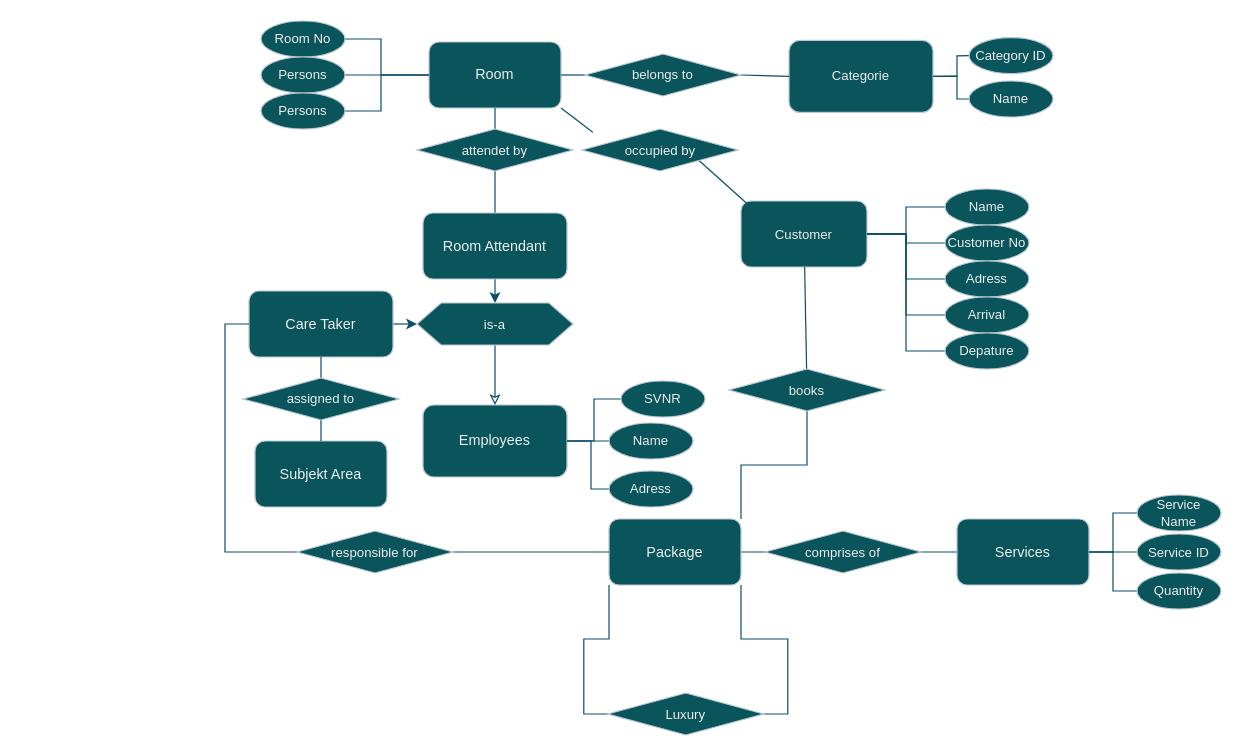
The draw.io diagram Hotel.drawio in IP2312/Database, before the edit. Source tidied: cells renumbered, new cells numbered last; positions are measured from the earlier drawing's top-left corner, leaving out a move shared by most shapes. Both pictures are drawn from the tidied source at 120%, with x=0, y=0 at pixel (242, 20).
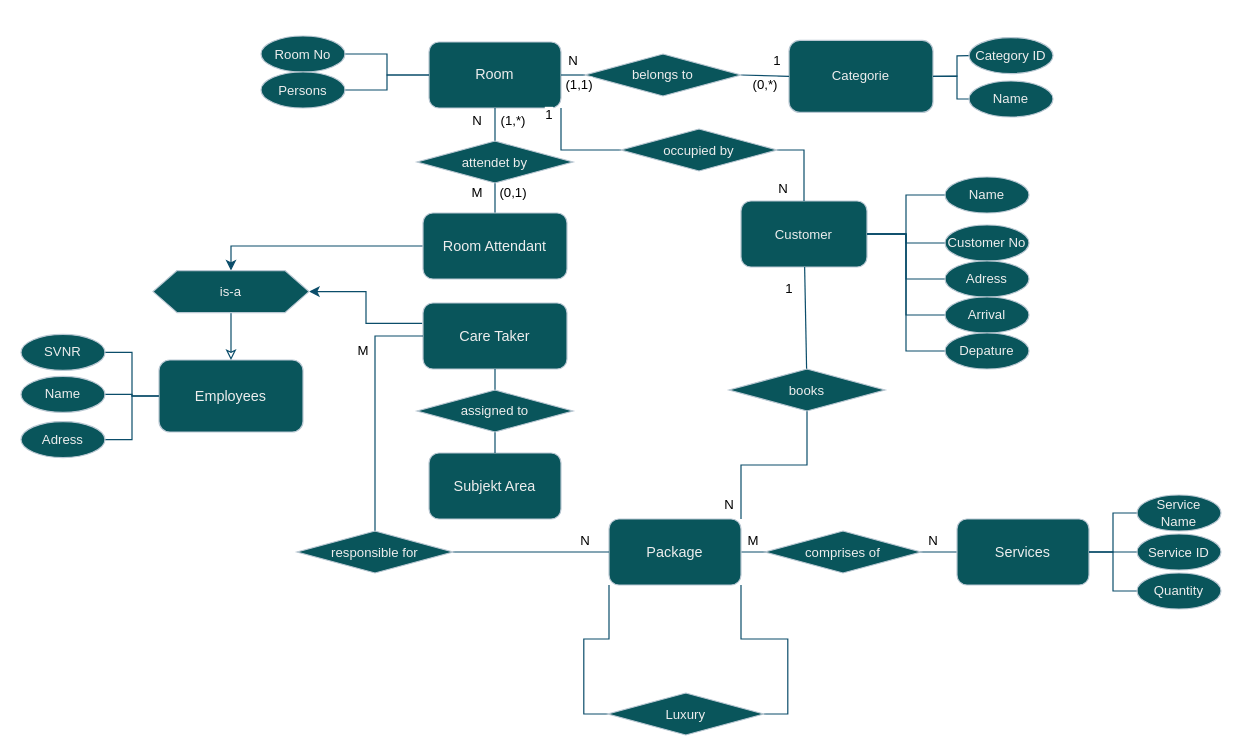
After the change.

Unchanged cells that the change refers to:
```xml
<mxCell id="4" value="Room" style="rounded=1;whiteSpace=wrap;html=1;fontSize=12;glass=0;strokeWidth=1;shadow=0;labelBackgroundColor=none;fillColor=#09555B;strokeColor=#BAC8D3;fontColor=#EEEEEE;" parent="1" vertex="1">
  <mxGeometry x="155" y="17.5" width="110" height="55" as="geometry" />
</mxCell>
<mxCell id="9" value="Customer" style="rounded=1;whiteSpace=wrap;html=1;fontFamily=Helvetica;fontSize=11;fontColor=#EEEEEE;labelBackgroundColor=none;fillColor=#09555B;strokeColor=#BAC8D3;" parent="1" vertex="1">
  <mxGeometry x="415" y="150" width="105" height="55" as="geometry" />
</mxCell>
<mxCell id="30" value="Room Attendant" style="rounded=1;whiteSpace=wrap;html=1;fontSize=12;glass=0;strokeWidth=1;shadow=0;labelBackgroundColor=none;fillColor=#09555B;strokeColor=#BAC8D3;fontColor=#EEEEEE;" parent="1" vertex="1">
  <mxGeometry x="150" y="160" width="120" height="55" as="geometry" />
</mxCell>
<mxCell id="62" value="responsible for" style="rhombus;whiteSpace=wrap;html=1;fontFamily=Helvetica;fontSize=11;fontColor=#EEEEEE;labelBackgroundColor=none;fillColor=#09555B;strokeColor=#BAC8D3;" parent="1" vertex="1">
  <mxGeometry x="45" y="425" width="130" height="35" as="geometry" />
</mxCell>
```

The edit, as a diff of the source:
```diff
@@
-    <mxCell id="2" style="edgeStyle=none;shape=connector;rounded=0;jettySize=auto;html=1;exitX=0;exitY=0.5;exitDx=0;exitDy=0;entryX=1;entryY=0.5;entryDx=0;entryDy=0;strokeColor=#0B4D6A;align=center;verticalAlign=middle;fontFamily=Helvetica;fontSize=11;fontColor=default;labelBackgroundColor=none;endArrow=none;" parent="1" edge="1" source="4" target="18">
-      <mxGeometry relative="1" as="geometry">
-        <Array as="points">
-          <mxPoint x="115" y="45" />
-          <mxPoint x="115" y="75" />
-        </Array>
-      </mxGeometry>
-    </mxCell>
@@
-    <mxCell id="5" style="edgeStyle=none;shape=connector;rounded=0;jettySize=auto;html=1;exitX=0.5;exitY=0;exitDx=0;exitDy=0;entryX=0.5;entryY=1;entryDx=0;entryDy=0;strokeColor=#0B4D6A;align=center;verticalAlign=middle;fontFamily=Helvetica;fontSize=11;fontColor=default;labelBackgroundColor=none;endArrow=none;endFill=1;startArrow=classic;startFill=1;" parent="1" edge="1" source="38" target="30">
-      <mxGeometry relative="1" as="geometry" />
-    </mxCell>
-    <mxCell id="6" style="edgeStyle=orthogonalEdgeStyle;shape=connector;rounded=0;jettySize=auto;html=1;strokeColor=#0B4D6A;align=center;verticalAlign=middle;fontFamily=Helvetica;fontSize=11;fontColor=default;labelBackgroundColor=default;startFill=0;endArrow=none;" parent="1" edge="1" source="7" target="51">
+    <mxCell id="6" style="edgeStyle=orthogonalEdgeStyle;shape=connector;rounded=0;jettySize=auto;html=1;strokeColor=#0B4D6A;align=center;verticalAlign=middle;fontFamily=Helvetica;fontSize=11;fontColor=default;labelBackgroundColor=default;startFill=0;endArrow=none;exitX=0;exitY=0.5;exitDx=0;exitDy=0;entryX=1;entryY=0.5;entryDx=0;entryDy=0;" parent="1" edge="1" source="7" target="51">
       <mxGeometry relative="1" as="geometry" />
     </mxCell>
     <mxCell id="7" value="Employees" style="rounded=1;whiteSpace=wrap;html=1;fontSize=12;glass=0;strokeWidth=1;shadow=0;labelBackgroundColor=none;fillColor=#09555B;strokeColor=#BAC8D3;fontColor=#EEEEEE;" parent="1" vertex="1">
-      <mxGeometry x="150" y="320" width="120" height="60" as="geometry" />
+      <mxGeometry x="-70" y="282.5" width="120" height="60" as="geometry" />
     </mxCell>
@@
-    <mxCell id="14" style="edgeStyle=none;shape=connector;rounded=0;jettySize=auto;html=1;exitX=1;exitY=0.5;exitDx=0;exitDy=0;entryX=0;entryY=0.5;entryDx=0;entryDy=0;strokeColor=#0B4D6A;align=center;verticalAlign=middle;fontFamily=Helvetica;fontSize=11;fontColor=default;labelBackgroundColor=none;endArrow=none;" parent="1" edge="1" source="15" target="4">
-      <mxGeometry relative="1" as="geometry">
-        <Array as="points">
-          <mxPoint x="115" y="15" />
-          <mxPoint x="115" y="45" />
-        </Array>
-      </mxGeometry>
+    <mxCell id="14" style="edgeStyle=orthogonalEdgeStyle;shape=connector;rounded=0;jettySize=auto;html=1;exitX=1;exitY=0.5;exitDx=0;exitDy=0;entryX=0;entryY=0.5;entryDx=0;entryDy=0;strokeColor=#0B4D6A;align=center;verticalAlign=middle;fontFamily=Helvetica;fontSize=11;fontColor=default;labelBackgroundColor=default;startFill=0;endArrow=none;" parent="1" edge="1" source="15" target="4">
+      <mxGeometry relative="1" as="geometry" />
     </mxCell>
     <mxCell id="15" value="Room No" style="ellipse;whiteSpace=wrap;html=1;fontFamily=Helvetica;fontSize=11;fontColor=#EEEEEE;labelBackgroundColor=none;fillColor=#09555B;strokeColor=#BAC8D3;" parent="1" vertex="1">
-      <mxGeometry x="15" width="70" height="30" as="geometry" />
+      <mxGeometry x="15" y="12.5" width="70" height="30" as="geometry" />
     </mxCell>
-    <mxCell id="16" style="edgeStyle=none;shape=connector;rounded=0;jettySize=auto;html=1;exitX=1;exitY=0.5;exitDx=0;exitDy=0;entryX=0;entryY=0.5;entryDx=0;entryDy=0;strokeColor=#0B4D6A;align=center;verticalAlign=middle;fontFamily=Helvetica;fontSize=11;fontColor=default;labelBackgroundColor=none;endArrow=none;" parent="1" edge="1" source="17" target="4">
+    <mxCell id="16" style="edgeStyle=orthogonalEdgeStyle;shape=connector;rounded=0;jettySize=auto;html=1;exitX=1;exitY=0.5;exitDx=0;exitDy=0;entryX=0;entryY=0.5;entryDx=0;entryDy=0;strokeColor=#0B4D6A;align=center;verticalAlign=middle;fontFamily=Helvetica;fontSize=11;fontColor=default;labelBackgroundColor=default;startFill=0;endArrow=none;" parent="1" edge="1" source="17" target="4">
       <mxGeometry relative="1" as="geometry" />
     </mxCell>
     <mxCell id="17" value="Persons" style="ellipse;whiteSpace=wrap;html=1;fontFamily=Helvetica;fontSize=11;fontColor=#EEEEEE;labelBackgroundColor=none;fillColor=#09555B;strokeColor=#BAC8D3;" parent="1" vertex="1">
-      <mxGeometry x="15" y="30" width="70" height="30" as="geometry" />
+      <mxGeometry x="15" y="42.5" width="70" height="30" as="geometry" />
     </mxCell>
-    <mxCell id="18" value="Persons" style="ellipse;whiteSpace=wrap;html=1;fontFamily=Helvetica;fontSize=11;fontColor=#EEEEEE;labelBackgroundColor=none;fillColor=#09555B;strokeColor=#BAC8D3;" parent="1" vertex="1">
-      <mxGeometry x="15" y="60" width="70" height="30" as="geometry" />
-    </mxCell>
@@
-    <mxCell id="27" style="edgeStyle=orthogonalEdgeStyle;shape=connector;rounded=0;jettySize=auto;html=1;strokeColor=#0B4D6A;align=center;verticalAlign=middle;fontFamily=Helvetica;fontSize=11;fontColor=default;labelBackgroundColor=default;startFill=0;endArrow=none;" parent="1" edge="1" source="28" target="7">
+    <mxCell id="27" style="edgeStyle=orthogonalEdgeStyle;shape=connector;rounded=0;jettySize=auto;html=1;strokeColor=#0B4D6A;align=center;verticalAlign=middle;fontFamily=Helvetica;fontSize=11;fontColor=default;labelBackgroundColor=default;startFill=0;endArrow=none;entryX=0;entryY=0.5;entryDx=0;entryDy=0;" parent="1" edge="1" source="28" target="7">
       <mxGeometry relative="1" as="geometry" />
     </mxCell>
     <mxCell id="28" value="SVNR" style="ellipse;whiteSpace=wrap;html=1;fontFamily=Helvetica;fontSize=11;fontColor=#EEEEEE;labelBackgroundColor=none;fillColor=#09555B;strokeColor=#BAC8D3;" parent="1" vertex="1">
-      <mxGeometry x="315" y="300" width="70" height="30" as="geometry" />
+      <mxGeometry x="-185" y="261.2" width="70" height="30" as="geometry" />
     </mxCell>
     <mxCell id="29" value="Subjekt Area" style="rounded=1;whiteSpace=wrap;html=1;fontSize=12;glass=0;strokeWidth=1;shadow=0;labelBackgroundColor=none;fillColor=#09555B;strokeColor=#BAC8D3;fontColor=#EEEEEE;" parent="1" vertex="1">
-      <mxGeometry x="10" y="350" width="110" height="55" as="geometry" />
+      <mxGeometry x="155" y="360" width="110" height="55" as="geometry" />
     </mxCell>
+    <mxCell id="70" style="edgeStyle=orthogonalEdgeStyle;shape=connector;rounded=0;jettySize=auto;html=1;exitX=0;exitY=0.5;exitDx=0;exitDy=0;entryX=0.5;entryY=0;entryDx=0;entryDy=0;strokeColor=#0B4D6A;align=center;verticalAlign=middle;fontFamily=Helvetica;fontSize=11;fontColor=default;labelBackgroundColor=default;startFill=0;endArrow=classic;endFill=1;" parent="1" edge="1" source="30" target="38">
+      <mxGeometry relative="1" as="geometry" />
+    </mxCell>
@@
-    <mxCell id="31" style="edgeStyle=none;shape=connector;rounded=0;jettySize=auto;html=1;strokeColor=#0B4D6A;align=center;verticalAlign=middle;fontFamily=Helvetica;fontSize=11;fontColor=default;labelBackgroundColor=none;endArrow=classic;entryX=0;entryY=0.5;entryDx=0;entryDy=0;endFill=1;" parent="1" edge="1" source="34" target="38">
-      <mxGeometry relative="1" as="geometry" />
-    </mxCell>
@@
+    <mxCell id="31" style="edgeStyle=orthogonalEdgeStyle;shape=connector;rounded=0;jettySize=auto;html=1;exitX=-0.005;exitY=0.309;exitDx=0;exitDy=0;entryX=1;entryY=0.5;entryDx=0;entryDy=0;strokeColor=#0B4D6A;align=center;verticalAlign=middle;fontFamily=Helvetica;fontSize=11;fontColor=default;labelBackgroundColor=default;startFill=0;endArrow=classic;exitPerimeter=0;endFill=1;" parent="1" edge="1" source="34" target="38">
+      <mxGeometry relative="1" as="geometry" />
+    </mxCell>
     <mxCell id="34" value="Care Taker" style="rounded=1;whiteSpace=wrap;html=1;fontSize=12;glass=0;strokeWidth=1;shadow=0;labelBackgroundColor=none;fillColor=#09555B;strokeColor=#BAC8D3;fontColor=#EEEEEE;" parent="1" vertex="1">
-      <mxGeometry x="5" y="225" width="120" height="55" as="geometry" />
+      <mxGeometry x="150" y="235" width="120" height="55" as="geometry" />
     </mxCell>
@@
     <mxCell id="36" value="attendet by" style="rhombus;whiteSpace=wrap;html=1;fontFamily=Helvetica;fontSize=11;fontColor=#EEEEEE;labelBackgroundColor=none;fillColor=#09555B;strokeColor=#BAC8D3;" parent="1" vertex="1">
-      <mxGeometry x="145" y="90" width="130" height="35" as="geometry" />
+      <mxGeometry x="145" y="100" width="130" height="35" as="geometry" />
     </mxCell>
@@
     <mxCell id="38" value="is-a" style="whiteSpace=wrap;html=1;fontFamily=Helvetica;fontSize=11;fontColor=#EEEEEE;labelBackgroundColor=none;fillColor=#09555B;strokeColor=#BAC8D3;shape=hexagon;perimeter=hexagonPerimeter2;fixedSize=1;" parent="1" vertex="1">
-      <mxGeometry x="145" y="235" width="130" height="35" as="geometry" />
+      <mxGeometry x="-75" y="208" width="130" height="35" as="geometry" />
     </mxCell>
@@
     <mxCell id="40" value="assigned to" style="rhombus;whiteSpace=wrap;html=1;fontFamily=Helvetica;fontSize=11;fontColor=#EEEEEE;labelBackgroundColor=none;fillColor=#09555B;strokeColor=#BAC8D3;" parent="1" vertex="1">
-      <mxGeometry y="297.5" width="130" height="35" as="geometry" />
+      <mxGeometry x="145" y="307.5" width="130" height="35" as="geometry" />
     </mxCell>
-    <mxCell id="41" style="edgeStyle=none;shape=connector;rounded=0;jettySize=auto;html=1;exitX=1;exitY=1;exitDx=0;exitDy=0;entryX=0.069;entryY=0.076;entryDx=0;entryDy=0;entryPerimeter=0;strokeColor=#0B4D6A;align=center;verticalAlign=middle;fontFamily=Helvetica;fontSize=11;fontColor=default;labelBackgroundColor=none;endArrow=none;" parent="1" edge="1" source="43" target="9">
+    <mxCell id="41" style="edgeStyle=orthogonalEdgeStyle;shape=connector;rounded=0;jettySize=auto;html=1;exitX=1;exitY=0.5;exitDx=0;exitDy=0;entryX=0.5;entryY=0;entryDx=0;entryDy=0;strokeColor=#0B4D6A;align=center;verticalAlign=middle;fontFamily=Helvetica;fontSize=11;fontColor=default;labelBackgroundColor=default;startFill=0;endArrow=none;" parent="1" edge="1" source="43" target="9">
       <mxGeometry relative="1" as="geometry" />
     </mxCell>
-    <mxCell id="42" style="edgeStyle=none;shape=connector;rounded=0;jettySize=auto;html=1;exitX=1;exitY=1;exitDx=0;exitDy=0;entryX=0.069;entryY=0.076;entryDx=0;entryDy=0;entryPerimeter=0;strokeColor=#0B4D6A;align=center;verticalAlign=middle;fontFamily=Helvetica;fontSize=11;fontColor=default;labelBackgroundColor=none;endArrow=none;" parent="1" edge="1" source="4" target="43">
-      <mxGeometry relative="1" as="geometry" />
-    </mxCell>
+    <mxCell id="71" style="edgeStyle=orthogonalEdgeStyle;shape=connector;rounded=0;jettySize=auto;html=1;exitX=0;exitY=0.5;exitDx=0;exitDy=0;entryX=1;entryY=1;entryDx=0;entryDy=0;strokeColor=#0B4D6A;align=center;verticalAlign=middle;fontFamily=Helvetica;fontSize=11;fontColor=default;labelBackgroundColor=default;startFill=0;endArrow=none;" parent="1" edge="1" source="43" target="4">
+      <mxGeometry relative="1" as="geometry" />
+    </mxCell>
     <mxCell id="43" value="occupied by" style="rhombus;whiteSpace=wrap;html=1;fontFamily=Helvetica;fontSize=11;fontColor=#EEEEEE;labelBackgroundColor=none;fillColor=#09555B;strokeColor=#BAC8D3;" parent="1" vertex="1">
-      <mxGeometry x="282.5" y="90" width="130" height="35" as="geometry" />
+      <mxGeometry x="315" y="90" width="130" height="35" as="geometry" />
     </mxCell>
@@
-    <mxCell id="49" style="edgeStyle=orthogonalEdgeStyle;shape=connector;rounded=0;jettySize=auto;html=1;exitX=0;exitY=0.5;exitDx=0;exitDy=0;entryX=1;entryY=0.5;entryDx=0;entryDy=0;strokeColor=#0B4D6A;align=center;verticalAlign=middle;fontFamily=Helvetica;fontSize=11;fontColor=default;labelBackgroundColor=default;startFill=0;endArrow=none;" parent="1" edge="1" source="50" target="7">
+    <mxCell id="49" style="edgeStyle=orthogonalEdgeStyle;shape=connector;rounded=0;jettySize=auto;html=1;exitX=1;exitY=0.5;exitDx=0;exitDy=0;entryX=0;entryY=0.5;entryDx=0;entryDy=0;strokeColor=#0B4D6A;align=center;verticalAlign=middle;fontFamily=Helvetica;fontSize=11;fontColor=default;labelBackgroundColor=default;startFill=0;endArrow=none;" parent="1" edge="1" source="50" target="7">
       <mxGeometry relative="1" as="geometry" />
     </mxCell>
     <mxCell id="50" value="Name" style="ellipse;whiteSpace=wrap;html=1;fontFamily=Helvetica;fontSize=11;fontColor=#EEEEEE;labelBackgroundColor=none;fillColor=#09555B;strokeColor=#BAC8D3;" parent="1" vertex="1">
-      <mxGeometry x="305" y="335" width="70" height="30" as="geometry" />
+      <mxGeometry x="-185" y="296.2" width="70" height="30" as="geometry" />
     </mxCell>
     <mxCell id="51" value="Adress" style="ellipse;whiteSpace=wrap;html=1;fontFamily=Helvetica;fontSize=11;fontColor=#EEEEEE;labelBackgroundColor=none;fillColor=#09555B;strokeColor=#BAC8D3;" parent="1" vertex="1">
-      <mxGeometry x="305" y="375" width="70" height="30" as="geometry" />
+      <mxGeometry x="-185" y="333.8" width="70" height="30" as="geometry" />
     </mxCell>
@@
     <mxCell id="53" value="Name" style="ellipse;whiteSpace=wrap;html=1;fontFamily=Helvetica;fontSize=11;fontColor=#EEEEEE;labelBackgroundColor=none;fillColor=#09555B;strokeColor=#BAC8D3;" parent="1" vertex="1">
-      <mxGeometry x="585" y="140" width="70" height="30" as="geometry" />
+      <mxGeometry x="585" y="130" width="70" height="30" as="geometry" />
     </mxCell>
@@
-    <mxCell id="61" style="edgeStyle=orthogonalEdgeStyle;shape=connector;rounded=0;jettySize=auto;html=1;exitX=0;exitY=0.5;exitDx=0;exitDy=0;entryX=0;entryY=0.5;entryDx=0;entryDy=0;strokeColor=#0B4D6A;align=center;verticalAlign=middle;fontFamily=Helvetica;fontSize=11;fontColor=default;labelBackgroundColor=default;startFill=0;endArrow=none;" parent="1" edge="1" source="34" target="62">
+    <mxCell id="61" style="edgeStyle=orthogonalEdgeStyle;shape=connector;rounded=0;jettySize=auto;html=1;exitX=0;exitY=0.5;exitDx=0;exitDy=0;entryX=0.5;entryY=0;entryDx=0;entryDy=0;strokeColor=#0B4D6A;align=center;verticalAlign=middle;fontFamily=Helvetica;fontSize=11;fontColor=default;labelBackgroundColor=default;startFill=0;endArrow=none;" parent="1" edge="1" source="34" target="62">
       <mxGeometry relative="1" as="geometry" />
     </mxCell>
@@
+    <mxCell id="72" value="N" style="text;html=1;align=center;verticalAlign=middle;strokeColor=none;fillColor=none;fontFamily=Helvetica;fontSize=11;fontColor=default;labelBackgroundColor=default;" parent="1" vertex="1">
+      <mxGeometry x="260" y="18" width="30" height="30" as="geometry" />
+    </mxCell>
+    <mxCell id="73" value="1" style="text;html=1;align=center;verticalAlign=middle;strokeColor=none;fillColor=none;fontFamily=Helvetica;fontSize=11;fontColor=default;labelBackgroundColor=default;" parent="1" vertex="1">
+      <mxGeometry x="430" y="18" width="30" height="30" as="geometry" />
+    </mxCell>
+    <mxCell id="74" value="N" style="text;html=1;align=center;verticalAlign=middle;strokeColor=none;fillColor=none;fontFamily=Helvetica;fontSize=11;fontColor=default;labelBackgroundColor=default;" parent="1" vertex="1">
+      <mxGeometry x="435" y="125" width="30" height="30" as="geometry" />
+    </mxCell>
+    <mxCell id="75" value="1" style="text;html=1;align=center;verticalAlign=middle;strokeColor=none;fillColor=none;fontFamily=Helvetica;fontSize=11;fontColor=default;labelBackgroundColor=default;" parent="1" vertex="1">
+      <mxGeometry x="240" y="62.5" width="30" height="30" as="geometry" />
+    </mxCell>
+    <mxCell id="76" value="1" style="text;html=1;align=center;verticalAlign=middle;strokeColor=none;fillColor=none;fontFamily=Helvetica;fontSize=11;fontColor=default;labelBackgroundColor=default;" parent="1" vertex="1">
+      <mxGeometry x="440" y="208" width="30" height="30" as="geometry" />
+    </mxCell>
+    <mxCell id="77" value="N" style="text;html=1;align=center;verticalAlign=middle;strokeColor=none;fillColor=none;fontFamily=Helvetica;fontSize=11;fontColor=default;labelBackgroundColor=default;" parent="1" vertex="1">
+      <mxGeometry x="390" y="388" width="30" height="30" as="geometry" />
+    </mxCell>
+    <mxCell id="78" value="N" style="text;html=1;align=center;verticalAlign=middle;strokeColor=none;fillColor=none;fontFamily=Helvetica;fontSize=11;fontColor=default;labelBackgroundColor=default;" parent="1" vertex="1">
+      <mxGeometry x="560" y="418" width="30" height="30" as="geometry" />
+    </mxCell>
+    <mxCell id="79" value="M" style="text;html=1;align=center;verticalAlign=middle;strokeColor=none;fillColor=none;fontFamily=Helvetica;fontSize=11;fontColor=default;labelBackgroundColor=default;" parent="1" vertex="1">
+      <mxGeometry x="410" y="418" width="30" height="30" as="geometry" />
+    </mxCell>
+    <mxCell id="80" value="N" style="text;html=1;align=center;verticalAlign=middle;strokeColor=none;fillColor=none;fontFamily=Helvetica;fontSize=11;fontColor=default;labelBackgroundColor=default;" parent="1" vertex="1">
+      <mxGeometry x="180" y="68" width="30" height="30" as="geometry" />
+    </mxCell>
+    <mxCell id="81" value="M" style="text;html=1;align=center;verticalAlign=middle;strokeColor=none;fillColor=none;fontFamily=Helvetica;fontSize=11;fontColor=default;labelBackgroundColor=default;" parent="1" vertex="1">
+      <mxGeometry x="180" y="128" width="30" height="30" as="geometry" />
+    </mxCell>
+    <mxCell id="82" value="N" style="text;html=1;align=center;verticalAlign=middle;strokeColor=none;fillColor=none;fontFamily=Helvetica;fontSize=11;fontColor=default;labelBackgroundColor=default;" parent="1" vertex="1">
+      <mxGeometry x="270" y="418" width="30" height="30" as="geometry" />
+    </mxCell>
+    <mxCell id="83" value="M" style="text;html=1;align=center;verticalAlign=middle;strokeColor=none;fillColor=none;fontFamily=Helvetica;fontSize=11;fontColor=default;labelBackgroundColor=default;" parent="1" vertex="1">
+      <mxGeometry x="85" y="260" width="30" height="30" as="geometry" />
+    </mxCell>
+    <mxCell id="84" value="(1,1)" style="text;html=1;align=center;verticalAlign=middle;strokeColor=none;fillColor=none;fontFamily=Helvetica;fontSize=11;fontColor=default;labelBackgroundColor=default;" parent="1" vertex="1">
+      <mxGeometry x="255" y="38" width="50" height="30" as="geometry" />
+    </mxCell>
+    <mxCell id="85" value="(0,*)" style="text;html=1;align=center;verticalAlign=middle;strokeColor=none;fillColor=none;fontFamily=Helvetica;fontSize=11;fontColor=default;labelBackgroundColor=default;" parent="1" vertex="1">
+      <mxGeometry x="415" y="38" width="40" height="30" as="geometry" />
+    </mxCell>
+    <mxCell id="86" value="(1,*)" style="text;html=1;align=center;verticalAlign=middle;strokeColor=none;fillColor=none;fontFamily=Helvetica;fontSize=11;fontColor=default;labelBackgroundColor=default;" parent="1" vertex="1">
+      <mxGeometry x="205" y="68" width="40" height="30" as="geometry" />
+    </mxCell>
+    <mxCell id="87" value="(0,1)" style="text;html=1;align=center;verticalAlign=middle;strokeColor=none;fillColor=none;fontFamily=Helvetica;fontSize=11;fontColor=default;labelBackgroundColor=default;" parent="1" vertex="1">
+      <mxGeometry x="200" y="128" width="50" height="30" as="geometry" />
+    </mxCell>
```
